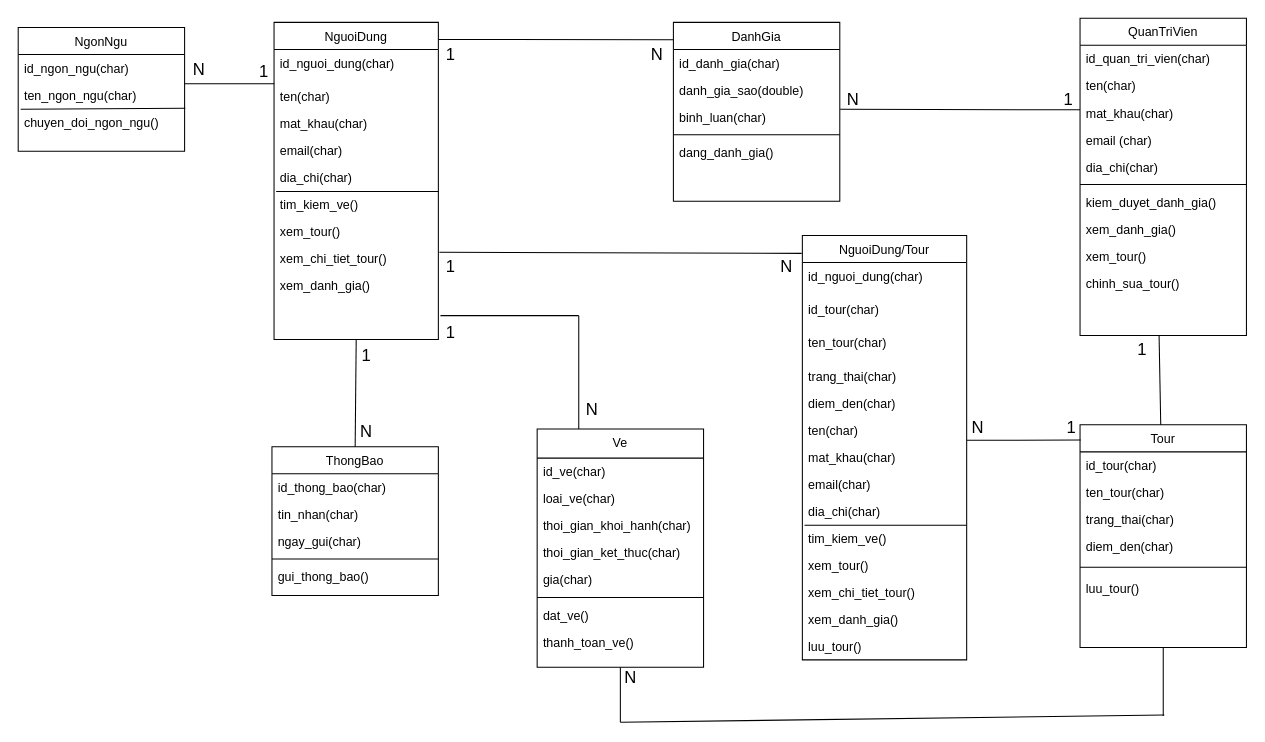
Before: Biểu đồ không có tiêu đề.drawio in codecuatai/DuAnLuyenTap, a draw.io diagram. Source tidied: cells renumbered, new cells numbered last; positions are measured from the earlier drawing's top-left corner, leaving out a move shared by most shapes. Both pictures are drawn from the tidied source at 104%, with x=0, y=0 at pixel (18, 18).
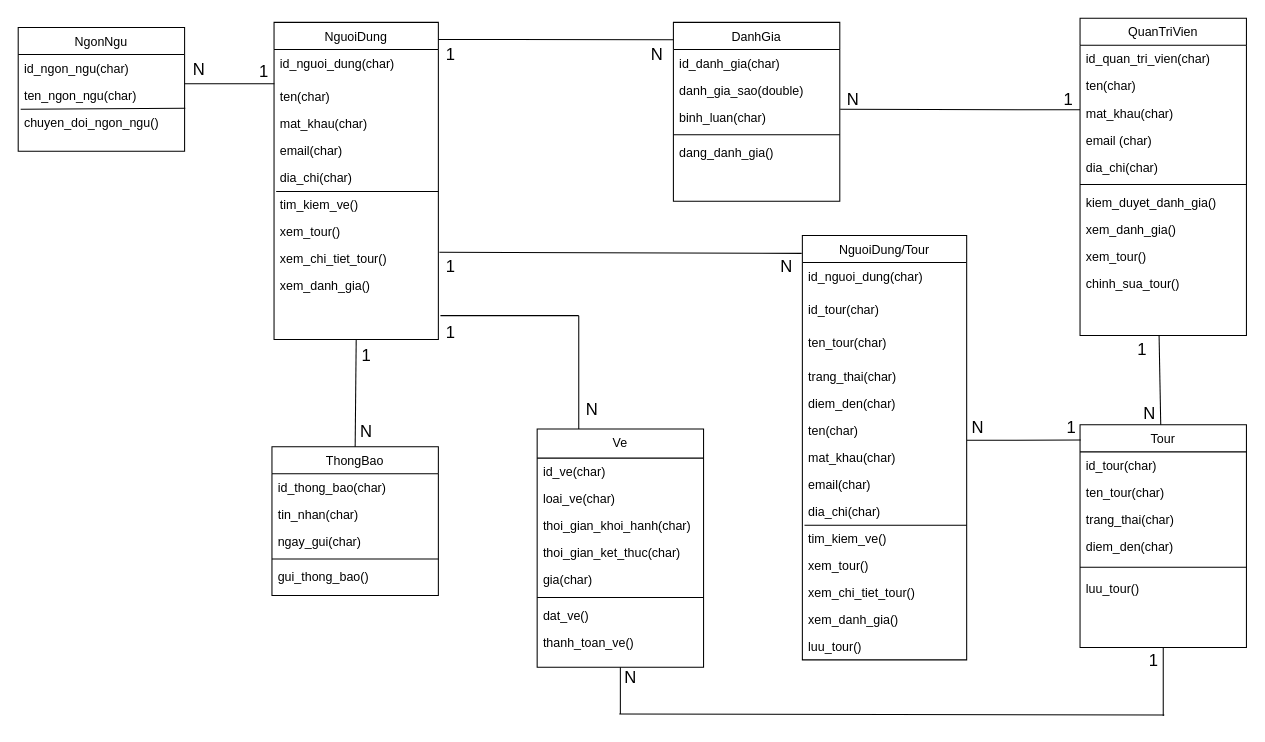
After the change.

Commit message:
Cập nhật Biểu đồ không có tiêu đề.drawio

The change refers to these unchanged cells:
```xml
<mxCell id="42" value="Ve" style="swimlane;fontStyle=0;align=center;verticalAlign=top;horizontal=1;startSize=28;rounded=0;shadow=0;strokeWidth=1;" parent="1" vertex="1">
  <mxGeometry x="499" y="395" width="160" height="229" as="geometry" />
</mxCell>
```

Change to the diagram source:
```diff
@@
     <mxCell id="98" style="endArrow=none;html=1;rounded=0;entryX=0.5;entryY=1;entryDx=0;entryDy=0;" parent="1" edge="1" target="42">
       <mxGeometry relative="1" as="geometry">
-        <mxPoint x="579" y="677" as="sourcePoint" />
+        <mxPoint x="579" y="669" as="sourcePoint" />
       </mxGeometry>
     </mxCell>
     <mxCell id="99" style="endArrow=none;html=1;rounded=0;" parent="1" edge="1">
       <mxGeometry relative="1" as="geometry">
-        <mxPoint x="579" y="677" as="sourcePoint" />
+        <mxPoint x="578" y="669" as="sourcePoint" />
         <mxPoint x="1102" y="670" as="targetPoint" />
       </mxGeometry>
     </mxCell>
@@
+    <mxCell id="101" value="1" style="text;strokeColor=none;fillColor=none;html=1;align=center;verticalAlign=middle;whiteSpace=wrap;rounded=0;fontSize=16;" parent="1" vertex="1">
+      <mxGeometry x="1062" y="602" width="60" height="30" as="geometry" />
+    </mxCell>
+    <mxCell id="102" value="N" style="text;strokeColor=none;fillColor=none;html=1;align=center;verticalAlign=middle;whiteSpace=wrap;rounded=0;fontSize=16;" parent="1" vertex="1">
+      <mxGeometry x="1058" y="365" width="60" height="30" as="geometry" />
+    </mxCell>
```
